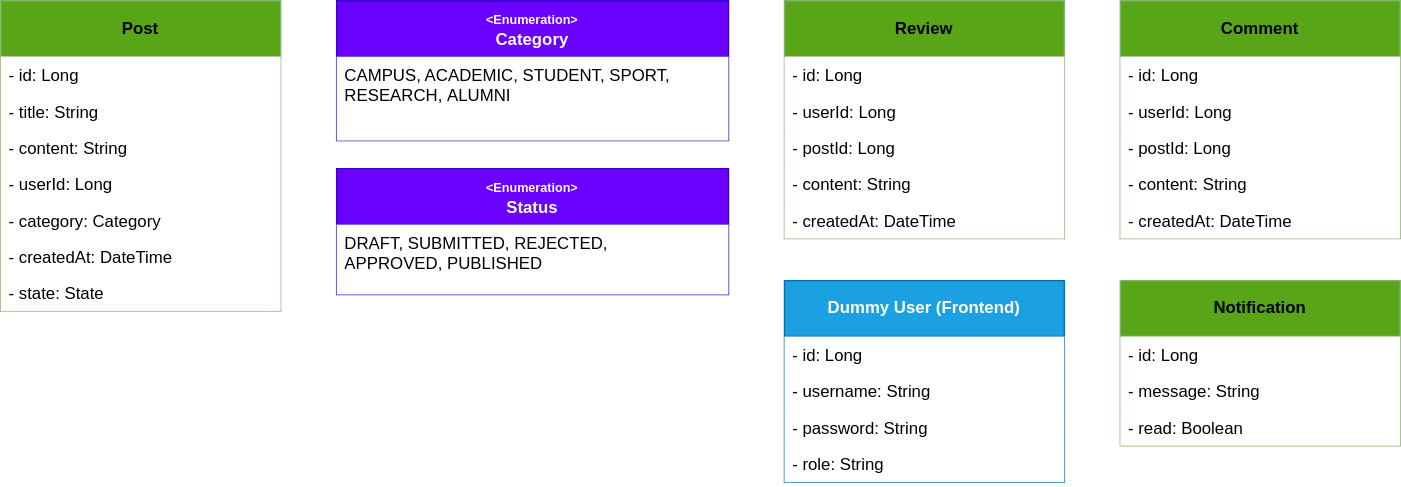
This is architecture/entities.drawio.svg from pxlit-projects/project-Su-zenGeurtsPXL-1, a draw.io export, as it was before one commit. Source tidied: cells renumbered, new cells last; positions are measured from the earlier drawing's top-left corner, leaving out a move shared by most shapes. Source of this version:
```xml
<mxGraphModel>
  <root>
    <mxCell id="0" />
    <mxCell id="1" parent="0" />
    <mxCell id="2" value="&lt;b&gt;Post&lt;/b&gt;" style="swimlane;fontStyle=0;horizontal=1;startSize=40;whiteSpace=wrap;html=1;fillColor=#58a518;strokeColor=#82b366;" parent="1" vertex="1">
      <mxGeometry width="200" height="222" as="geometry" />
    </mxCell>
    <mxCell id="3" value="- id: Long" style="text;align=left;verticalAlign=top;spacingLeft=4;spacingRight=4;overflow=hidden;whiteSpace=wrap;html=1;fillColor=default;" parent="2" vertex="1">
      <mxGeometry y="40" width="200" height="26" as="geometry" />
    </mxCell>
    <mxCell id="4" value="- title: String" style="text;align=left;verticalAlign=top;spacingLeft=4;spacingRight=4;overflow=hidden;whiteSpace=wrap;html=1;fillColor=default;" parent="2" vertex="1">
      <mxGeometry y="66" width="200" height="26" as="geometry" />
    </mxCell>
    <mxCell id="5" value="- content: String" style="text;align=left;verticalAlign=top;spacingLeft=4;spacingRight=4;overflow=hidden;whiteSpace=wrap;html=1;fillColor=default;" parent="2" vertex="1">
      <mxGeometry y="92" width="200" height="26" as="geometry" />
    </mxCell>
    <mxCell id="6" value="- userId: Long" style="text;align=left;verticalAlign=top;spacingLeft=4;spacingRight=4;overflow=hidden;whiteSpace=wrap;html=1;fillColor=default;" parent="2" vertex="1">
      <mxGeometry y="118" width="200" height="26" as="geometry" />
    </mxCell>
    <mxCell id="7" value="- category: Category" style="text;align=left;verticalAlign=top;spacingLeft=4;spacingRight=4;overflow=hidden;whiteSpace=wrap;html=1;fillColor=default;" parent="2" vertex="1">
      <mxGeometry y="144" width="200" height="26" as="geometry" />
    </mxCell>
    <mxCell id="8" value="- createdAt: DateTime" style="text;align=left;verticalAlign=top;spacingLeft=4;spacingRight=4;overflow=hidden;whiteSpace=wrap;html=1;fillColor=default;" parent="2" vertex="1">
      <mxGeometry y="170" width="200" height="26" as="geometry" />
    </mxCell>
    <mxCell id="9" value="- state: State" style="text;align=left;verticalAlign=top;spacingLeft=4;spacingRight=4;overflow=hidden;whiteSpace=wrap;html=1;fillColor=default;" parent="2" vertex="1">
      <mxGeometry y="196" width="200" height="26" as="geometry" />
    </mxCell>
    <mxCell id="10" value="&lt;div&gt;&lt;b&gt;&lt;font style=&quot;font-size: 9px;&quot;&gt;&amp;lt;Enumeration&amp;gt;&lt;/font&gt;&lt;/b&gt;&lt;/div&gt;&lt;b&gt;Category&lt;/b&gt;" style="swimlane;fontStyle=0;horizontal=1;startSize=40;whiteSpace=wrap;html=1;fillColor=#6a00ff;strokeColor=#3700CC;fontColor=#ffffff;" parent="1" vertex="1">
      <mxGeometry x="240" width="280" height="100" as="geometry" />
    </mxCell>
    <mxCell id="11" value="CAMPUS, ACADEMIC,&amp;nbsp;STUDENT,&amp;nbsp;SPORT,&lt;br&gt;RESEARCH,&amp;nbsp;&lt;span style=&quot;background-color: initial;&quot;&gt;ALUMNI&lt;/span&gt;" style="text;align=left;verticalAlign=top;spacingLeft=4;spacingRight=4;overflow=hidden;whiteSpace=wrap;html=1;fillColor=default;" parent="10" vertex="1">
      <mxGeometry y="40" width="280" height="60" as="geometry" />
    </mxCell>
    <mxCell id="12" value="&lt;b&gt;Review&lt;/b&gt;" style="swimlane;fontStyle=0;horizontal=1;startSize=40;whiteSpace=wrap;html=1;fillColor=#58A518;strokeColor=#82b366;" parent="1" vertex="1">
      <mxGeometry x="560" width="200" height="170" as="geometry" />
    </mxCell>
    <mxCell id="13" value="- id: Long" style="text;align=left;verticalAlign=top;spacingLeft=4;spacingRight=4;overflow=hidden;whiteSpace=wrap;html=1;fillColor=default;" parent="12" vertex="1">
      <mxGeometry y="40" width="200" height="26" as="geometry" />
    </mxCell>
    <mxCell id="14" value="- userId: Long" style="text;align=left;verticalAlign=top;spacingLeft=4;spacingRight=4;overflow=hidden;whiteSpace=wrap;html=1;fillColor=default;" parent="12" vertex="1">
      <mxGeometry y="66" width="200" height="26" as="geometry" />
    </mxCell>
    <mxCell id="15" value="- postId: Long" style="text;align=left;verticalAlign=top;spacingLeft=4;spacingRight=4;overflow=hidden;whiteSpace=wrap;html=1;fillColor=default;" parent="12" vertex="1">
      <mxGeometry y="92" width="200" height="26" as="geometry" />
    </mxCell>
    <mxCell id="16" value="- content: String" style="text;align=left;verticalAlign=top;spacingLeft=4;spacingRight=4;overflow=hidden;whiteSpace=wrap;html=1;fillColor=default;" parent="12" vertex="1">
      <mxGeometry y="118" width="200" height="26" as="geometry" />
    </mxCell>
    <mxCell id="17" value="- createdAt: DateTime" style="text;align=left;verticalAlign=top;spacingLeft=4;spacingRight=4;overflow=hidden;whiteSpace=wrap;html=1;fillColor=default;" parent="12" vertex="1">
      <mxGeometry y="144" width="200" height="26" as="geometry" />
    </mxCell>
    <mxCell id="18" value="&lt;b&gt;Comment&lt;/b&gt;" style="swimlane;fontStyle=0;horizontal=1;startSize=40;whiteSpace=wrap;html=1;fillColor=#58A518;strokeColor=#82b366;" parent="1" vertex="1">
      <mxGeometry x="800" width="200" height="170" as="geometry" />
    </mxCell>
    <mxCell id="19" value="- id: Long" style="text;align=left;verticalAlign=top;spacingLeft=4;spacingRight=4;overflow=hidden;whiteSpace=wrap;html=1;fillColor=default;" parent="18" vertex="1">
      <mxGeometry y="40" width="200" height="26" as="geometry" />
    </mxCell>
    <mxCell id="20" value="- userId: Long" style="text;align=left;verticalAlign=top;spacingLeft=4;spacingRight=4;overflow=hidden;whiteSpace=wrap;html=1;fillColor=default;" parent="18" vertex="1">
      <mxGeometry y="66" width="200" height="26" as="geometry" />
    </mxCell>
    <mxCell id="21" value="- postId: Long" style="text;align=left;verticalAlign=top;spacingLeft=4;spacingRight=4;overflow=hidden;whiteSpace=wrap;html=1;fillColor=default;" parent="18" vertex="1">
      <mxGeometry y="92" width="200" height="26" as="geometry" />
    </mxCell>
    <mxCell id="22" value="- content: String" style="text;align=left;verticalAlign=top;spacingLeft=4;spacingRight=4;overflow=hidden;whiteSpace=wrap;html=1;fillColor=default;" parent="18" vertex="1">
      <mxGeometry y="118" width="200" height="26" as="geometry" />
    </mxCell>
    <mxCell id="23" value="- createdAt: DateTime" style="text;align=left;verticalAlign=top;spacingLeft=4;spacingRight=4;overflow=hidden;whiteSpace=wrap;html=1;fillColor=default;" parent="18" vertex="1">
      <mxGeometry y="144" width="200" height="26" as="geometry" />
    </mxCell>
    <mxCell id="24" value="&lt;div&gt;&lt;b&gt;&lt;font style=&quot;font-size: 9px;&quot;&gt;&amp;lt;Enumeration&amp;gt;&lt;/font&gt;&lt;/b&gt;&lt;/div&gt;&lt;b&gt;Status&lt;/b&gt;" style="swimlane;fontStyle=0;horizontal=1;startSize=40;whiteSpace=wrap;html=1;fillColor=#6a00ff;strokeColor=#3700CC;fontColor=#ffffff;" parent="1" vertex="1">
      <mxGeometry x="240" y="120" width="280" height="90" as="geometry" />
    </mxCell>
    <mxCell id="25" value="DRAFT, SUBMITTED,&amp;nbsp;&lt;span style=&quot;background-color: initial;&quot;&gt;REJECTED,&amp;nbsp;&lt;/span&gt;&lt;div&gt;&lt;span style=&quot;background-color: initial;&quot;&gt;APPROVED,&amp;nbsp;&lt;/span&gt;&lt;span style=&quot;background-color: initial;&quot;&gt;PUBLISHED&lt;/span&gt;&lt;/div&gt;" style="text;align=left;verticalAlign=top;spacingLeft=4;spacingRight=4;overflow=hidden;whiteSpace=wrap;html=1;fillColor=default;" parent="24" vertex="1">
      <mxGeometry y="40" width="280" height="50" as="geometry" />
    </mxCell>
    <mxCell id="26" value="&lt;b&gt;Dummy User (Frontend)&lt;/b&gt;" style="swimlane;fontStyle=0;horizontal=1;startSize=40;whiteSpace=wrap;html=1;fillColor=#1ba1e2;strokeColor=#006EAF;fontColor=#ffffff;" parent="1" vertex="1">
      <mxGeometry x="560" y="200" width="200" height="144" as="geometry" />
    </mxCell>
    <mxCell id="27" value="- id: Long" style="text;align=left;verticalAlign=top;spacingLeft=4;spacingRight=4;overflow=hidden;whiteSpace=wrap;html=1;fillColor=default;" parent="26" vertex="1">
      <mxGeometry y="40" width="200" height="26" as="geometry" />
    </mxCell>
    <mxCell id="28" value="- username: String" style="text;align=left;verticalAlign=top;spacingLeft=4;spacingRight=4;overflow=hidden;whiteSpace=wrap;html=1;fillColor=default;" parent="26" vertex="1">
      <mxGeometry y="66" width="200" height="26" as="geometry" />
    </mxCell>
    <mxCell id="29" value="- password: String" style="text;align=left;verticalAlign=top;spacingLeft=4;spacingRight=4;overflow=hidden;whiteSpace=wrap;html=1;fillColor=default;" parent="26" vertex="1">
      <mxGeometry y="92" width="200" height="26" as="geometry" />
    </mxCell>
    <mxCell id="30" value="- role: String" style="text;align=left;verticalAlign=top;spacingLeft=4;spacingRight=4;overflow=hidden;whiteSpace=wrap;html=1;fillColor=default;" parent="26" vertex="1">
      <mxGeometry y="118" width="200" height="26" as="geometry" />
    </mxCell>
    <mxCell id="31" value="&lt;b&gt;Notification&lt;/b&gt;" style="swimlane;fontStyle=0;horizontal=1;startSize=40;whiteSpace=wrap;html=1;fillColor=#58a518;strokeColor=#82b366;" parent="1" vertex="1">
      <mxGeometry x="800" y="200" width="200" height="118" as="geometry" />
    </mxCell>
    <mxCell id="32" value="- id: Long" style="text;align=left;verticalAlign=top;spacingLeft=4;spacingRight=4;overflow=hidden;whiteSpace=wrap;html=1;fillColor=default;" parent="31" vertex="1">
      <mxGeometry y="40" width="200" height="26" as="geometry" />
    </mxCell>
    <mxCell id="33" value="- message: String" style="text;align=left;verticalAlign=top;spacingLeft=4;spacingRight=4;overflow=hidden;whiteSpace=wrap;html=1;fillColor=default;" parent="31" vertex="1">
      <mxGeometry y="66" width="200" height="26" as="geometry" />
    </mxCell>
    <mxCell id="34" value="- read: Boolean" style="text;align=left;verticalAlign=top;spacingLeft=4;spacingRight=4;overflow=hidden;whiteSpace=wrap;html=1;fillColor=default;" parent="31" vertex="1">
      <mxGeometry y="92" width="200" height="26" as="geometry" />
    </mxCell>
  </root>
</mxGraphModel>
```
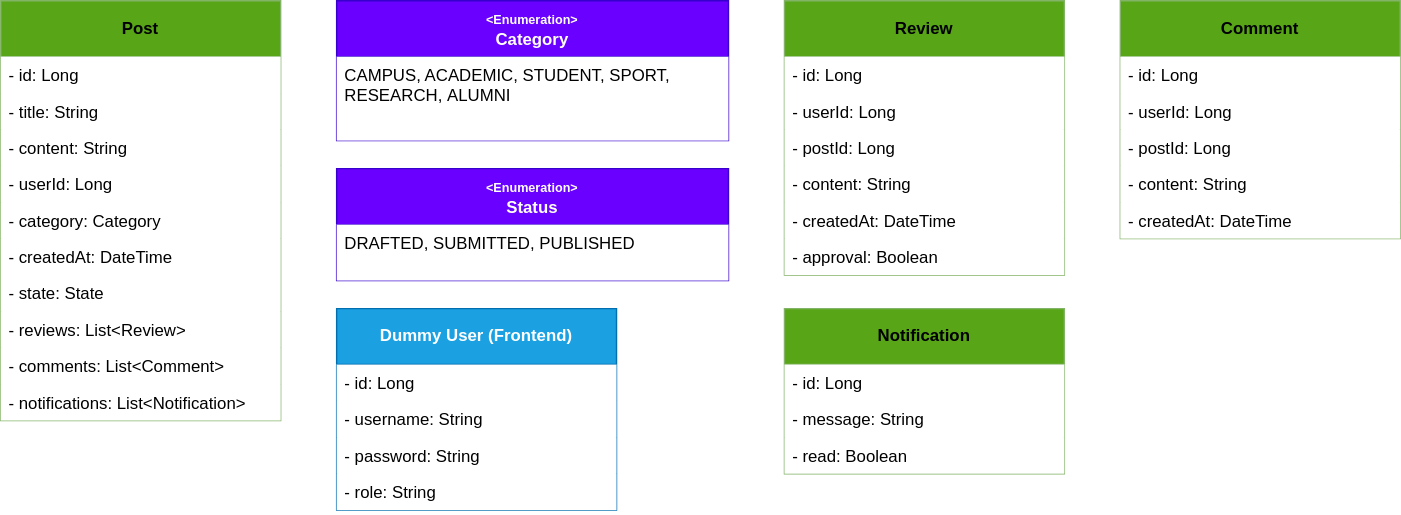
Later version of the same file.

Commit message:
[SETUP] #3 Updated entities

What changed in the source:
```diff
@@ -3,7 +3,7 @@
     <mxCell id="0" />
     <mxCell id="1" parent="0" />
     <mxCell id="2" value="&lt;b&gt;Post&lt;/b&gt;" style="swimlane;fontStyle=0;horizontal=1;startSize=40;whiteSpace=wrap;html=1;fillColor=#58a518;strokeColor=#82b366;" parent="1" vertex="1">
-      <mxGeometry width="200" height="222" as="geometry" />
+      <mxGeometry width="200" height="300" as="geometry" />
     </mxCell>
     <mxCell id="3" value="- id: Long" style="text;align=left;verticalAlign=top;spacingLeft=4;spacingRight=4;overflow=hidden;whiteSpace=wrap;html=1;fillColor=default;" parent="2" vertex="1">
       <mxGeometry y="40" width="200" height="26" as="geometry" />
@@ -26,6 +26,15 @@
     <mxCell id="9" value="- state: State" style="text;align=left;verticalAlign=top;spacingLeft=4;spacingRight=4;overflow=hidden;whiteSpace=wrap;html=1;fillColor=default;" parent="2" vertex="1">
       <mxGeometry y="196" width="200" height="26" as="geometry" />
     </mxCell>
+    <mxCell id="35" value="- reviews: List&amp;lt;Review&amp;gt;" style="text;align=left;verticalAlign=top;spacingLeft=4;spacingRight=4;overflow=hidden;whiteSpace=wrap;html=1;fillColor=default;" parent="2" vertex="1">
+      <mxGeometry y="222" width="200" height="26" as="geometry" />
+    </mxCell>
+    <mxCell id="36" value="- comments: List&amp;lt;Comment&amp;gt;" style="text;align=left;verticalAlign=top;spacingLeft=4;spacingRight=4;overflow=hidden;whiteSpace=wrap;html=1;fillColor=default;" parent="2" vertex="1">
+      <mxGeometry y="248" width="200" height="26" as="geometry" />
+    </mxCell>
+    <mxCell id="37" value="- notifications: List&amp;lt;Notification&amp;gt;" style="text;align=left;verticalAlign=top;spacingLeft=4;spacingRight=4;overflow=hidden;whiteSpace=wrap;html=1;fillColor=default;" parent="2" vertex="1">
+      <mxGeometry y="274" width="200" height="26" as="geometry" />
+    </mxCell>
     <mxCell id="10" value="&lt;div&gt;&lt;b&gt;&lt;font style=&quot;font-size: 9px;&quot;&gt;&amp;lt;Enumeration&amp;gt;&lt;/font&gt;&lt;/b&gt;&lt;/div&gt;&lt;b&gt;Category&lt;/b&gt;" style="swimlane;fontStyle=0;horizontal=1;startSize=40;whiteSpace=wrap;html=1;fillColor=#6a00ff;strokeColor=#3700CC;fontColor=#ffffff;" parent="1" vertex="1">
       <mxGeometry x="240" width="280" height="100" as="geometry" />
     </mxCell>
@@ -33,7 +42,7 @@
       <mxGeometry y="40" width="280" height="60" as="geometry" />
     </mxCell>
     <mxCell id="12" value="&lt;b&gt;Review&lt;/b&gt;" style="swimlane;fontStyle=0;horizontal=1;startSize=40;whiteSpace=wrap;html=1;fillColor=#58A518;strokeColor=#82b366;" parent="1" vertex="1">
-      <mxGeometry x="560" width="200" height="170" as="geometry" />
+      <mxGeometry x="560" width="200" height="196" as="geometry" />
     </mxCell>
     <mxCell id="13" value="- id: Long" style="text;align=left;verticalAlign=top;spacingLeft=4;spacingRight=4;overflow=hidden;whiteSpace=wrap;html=1;fillColor=default;" parent="12" vertex="1">
       <mxGeometry y="40" width="200" height="26" as="geometry" />
@@ -50,6 +59,9 @@
     <mxCell id="17" value="- createdAt: DateTime" style="text;align=left;verticalAlign=top;spacingLeft=4;spacingRight=4;overflow=hidden;whiteSpace=wrap;html=1;fillColor=default;" parent="12" vertex="1">
       <mxGeometry y="144" width="200" height="26" as="geometry" />
     </mxCell>
+    <mxCell id="38" value="- approval: Boolean" style="text;align=left;verticalAlign=top;spacingLeft=4;spacingRight=4;overflow=hidden;whiteSpace=wrap;html=1;fillColor=default;" parent="12" vertex="1">
+      <mxGeometry y="170" width="200" height="26" as="geometry" />
+    </mxCell>
     <mxCell id="18" value="&lt;b&gt;Comment&lt;/b&gt;" style="swimlane;fontStyle=0;horizontal=1;startSize=40;whiteSpace=wrap;html=1;fillColor=#58A518;strokeColor=#82b366;" parent="1" vertex="1">
       <mxGeometry x="800" width="200" height="170" as="geometry" />
     </mxCell>
@@ -69,13 +81,13 @@
       <mxGeometry y="144" width="200" height="26" as="geometry" />
     </mxCell>
     <mxCell id="24" value="&lt;div&gt;&lt;b&gt;&lt;font style=&quot;font-size: 9px;&quot;&gt;&amp;lt;Enumeration&amp;gt;&lt;/font&gt;&lt;/b&gt;&lt;/div&gt;&lt;b&gt;Status&lt;/b&gt;" style="swimlane;fontStyle=0;horizontal=1;startSize=40;whiteSpace=wrap;html=1;fillColor=#6a00ff;strokeColor=#3700CC;fontColor=#ffffff;" parent="1" vertex="1">
-      <mxGeometry x="240" y="120" width="280" height="90" as="geometry" />
+      <mxGeometry x="240" y="120" width="280" height="80" as="geometry" />
     </mxCell>
-    <mxCell id="25" value="DRAFT, SUBMITTED,&amp;nbsp;&lt;span style=&quot;background-color: initial;&quot;&gt;REJECTED,&amp;nbsp;&lt;/span&gt;&lt;div&gt;&lt;span style=&quot;background-color: initial;&quot;&gt;APPROVED,&amp;nbsp;&lt;/span&gt;&lt;span style=&quot;background-color: initial;&quot;&gt;PUBLISHED&lt;/span&gt;&lt;/div&gt;" style="text;align=left;verticalAlign=top;spacingLeft=4;spacingRight=4;overflow=hidden;whiteSpace=wrap;html=1;fillColor=default;" parent="24" vertex="1">
-      <mxGeometry y="40" width="280" height="50" as="geometry" />
+    <mxCell id="25" value="DRAFTED, SUBMITTED&lt;span style=&quot;background-color: initial;&quot;&gt;,&amp;nbsp;&lt;/span&gt;&lt;span style=&quot;background-color: initial;&quot;&gt;PUBLISHED&lt;/span&gt;" style="text;align=left;verticalAlign=top;spacingLeft=4;spacingRight=4;overflow=hidden;whiteSpace=wrap;html=1;fillColor=default;" parent="24" vertex="1">
+      <mxGeometry y="40" width="280" height="40" as="geometry" />
     </mxCell>
     <mxCell id="26" value="&lt;b&gt;Dummy User (Frontend)&lt;/b&gt;" style="swimlane;fontStyle=0;horizontal=1;startSize=40;whiteSpace=wrap;html=1;fillColor=#1ba1e2;strokeColor=#006EAF;fontColor=#ffffff;" parent="1" vertex="1">
-      <mxGeometry x="560" y="200" width="200" height="144" as="geometry" />
+      <mxGeometry x="240" y="220" width="200" height="144" as="geometry" />
     </mxCell>
     <mxCell id="27" value="- id: Long" style="text;align=left;verticalAlign=top;spacingLeft=4;spacingRight=4;overflow=hidden;whiteSpace=wrap;html=1;fillColor=default;" parent="26" vertex="1">
       <mxGeometry y="40" width="200" height="26" as="geometry" />
@@ -90,7 +102,7 @@
       <mxGeometry y="118" width="200" height="26" as="geometry" />
     </mxCell>
     <mxCell id="31" value="&lt;b&gt;Notification&lt;/b&gt;" style="swimlane;fontStyle=0;horizontal=1;startSize=40;whiteSpace=wrap;html=1;fillColor=#58a518;strokeColor=#82b366;" parent="1" vertex="1">
-      <mxGeometry x="800" y="200" width="200" height="118" as="geometry" />
+      <mxGeometry x="560" y="220" width="200" height="118" as="geometry" />
     </mxCell>
     <mxCell id="32" value="- id: Long" style="text;align=left;verticalAlign=top;spacingLeft=4;spacingRight=4;overflow=hidden;whiteSpace=wrap;html=1;fillColor=default;" parent="31" vertex="1">
       <mxGeometry y="40" width="200" height="26" as="geometry" />
```
